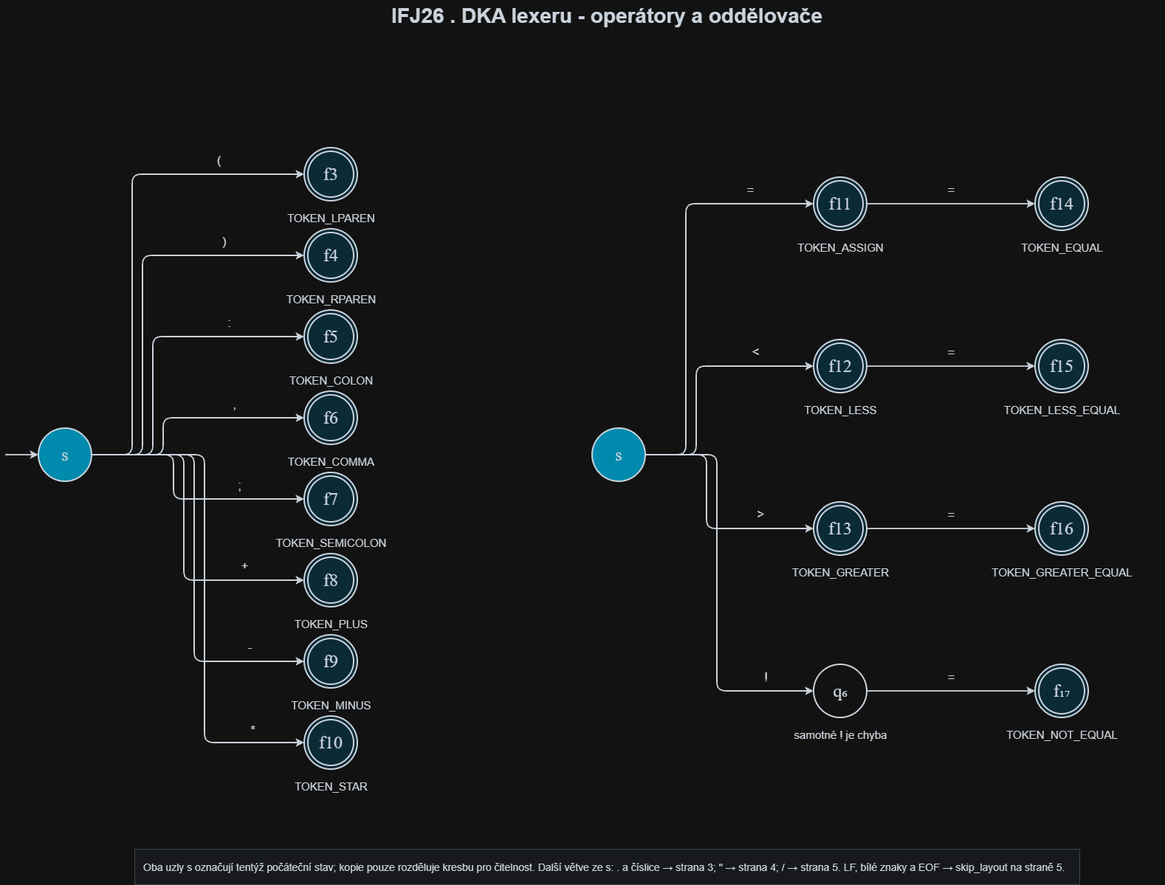
This is docs/documentation/lexer/IFJ26_DKA_lexer_2_operatory.png from tadeas-z/ifj, a draw.io export, as it was before one commit. Source tidied: cells renumbered, new cells last; positions are measured from the earlier drawing's top-left corner, leaving out a move shared by most shapes.
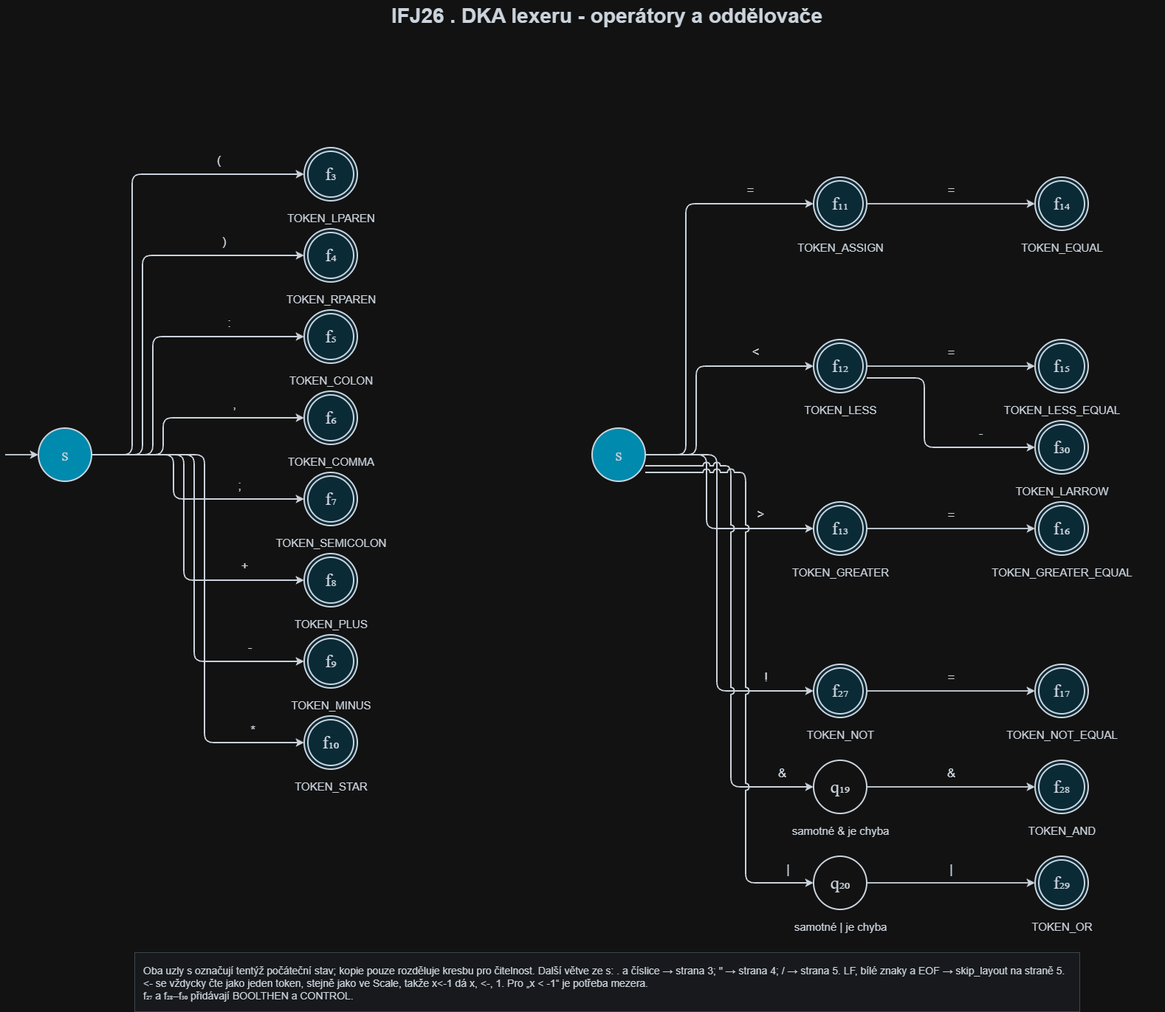
The same file after the commit.

Commit message:
feat(lexer): add BOOLTHEN and CONTROL tokens

What changed in the source:
```diff
@@ -15,3 +15,3 @@
     </mxCell>
-    <mxCell id="5" value="f3" style="ellipse;whiteSpace=wrap;html=1;fillColor=#ccf1ff;strokeColor=#17212b;strokeWidth=2;fontFamily=Times New Roman;fontSize=24;fontColor=#17212b;shape=doubleEllipse;overflow=hidden;align=center;verticalAlign=middle;spacing=4;" parent="1" vertex="1">
+    <mxCell id="5" value="f₃" style="ellipse;whiteSpace=wrap;html=1;fillColor=#ccf1ff;strokeColor=#17212b;strokeWidth=2;fontFamily=Times New Roman;fontSize=24;fontColor=#17212b;shape=doubleEllipse;overflow=hidden;align=center;verticalAlign=middle;spacing=4;" parent="1" vertex="1">
       <mxGeometry x="405" y="200" width="72" height="72" as="geometry" />
@@ -30,3 +30,3 @@
     </mxCell>
-    <mxCell id="8" value="f4" style="ellipse;whiteSpace=wrap;html=1;fillColor=#ccf1ff;strokeColor=#17212b;strokeWidth=2;fontFamily=Times New Roman;fontSize=24;fontColor=#17212b;shape=doubleEllipse;overflow=hidden;align=center;verticalAlign=middle;spacing=4;" parent="1" vertex="1">
+    <mxCell id="8" value="f₄" style="ellipse;whiteSpace=wrap;html=1;fillColor=#ccf1ff;strokeColor=#17212b;strokeWidth=2;fontFamily=Times New Roman;fontSize=24;fontColor=#17212b;shape=doubleEllipse;overflow=hidden;align=center;verticalAlign=middle;spacing=4;" parent="1" vertex="1">
       <mxGeometry x="405" y="310" width="72" height="72" as="geometry" />
@@ -45,3 +45,3 @@
     </mxCell>
-    <mxCell id="11" value="f5" style="ellipse;whiteSpace=wrap;html=1;fillColor=#ccf1ff;strokeColor=#17212b;strokeWidth=2;fontFamily=Times New Roman;fontSize=24;fontColor=#17212b;shape=doubleEllipse;overflow=hidden;align=center;verticalAlign=middle;spacing=4;" parent="1" vertex="1">
+    <mxCell id="11" value="f₅" style="ellipse;whiteSpace=wrap;html=1;fillColor=#ccf1ff;strokeColor=#17212b;strokeWidth=2;fontFamily=Times New Roman;fontSize=24;fontColor=#17212b;shape=doubleEllipse;overflow=hidden;align=center;verticalAlign=middle;spacing=4;" parent="1" vertex="1">
       <mxGeometry x="405" y="420" width="72" height="72" as="geometry" />
@@ -60,3 +60,3 @@
     </mxCell>
-    <mxCell id="14" value="f6" style="ellipse;whiteSpace=wrap;html=1;fillColor=#ccf1ff;strokeColor=#17212b;strokeWidth=2;fontFamily=Times New Roman;fontSize=24;fontColor=#17212b;shape=doubleEllipse;overflow=hidden;align=center;verticalAlign=middle;spacing=4;" parent="1" vertex="1">
+    <mxCell id="14" value="f₆" style="ellipse;whiteSpace=wrap;html=1;fillColor=#ccf1ff;strokeColor=#17212b;strokeWidth=2;fontFamily=Times New Roman;fontSize=24;fontColor=#17212b;shape=doubleEllipse;overflow=hidden;align=center;verticalAlign=middle;spacing=4;" parent="1" vertex="1">
       <mxGeometry x="405" y="530" width="72" height="72" as="geometry" />
@@ -75,3 +75,3 @@
     </mxCell>
-    <mxCell id="17" value="f7" style="ellipse;whiteSpace=wrap;html=1;fillColor=#ccf1ff;strokeColor=#17212b;strokeWidth=2;fontFamily=Times New Roman;fontSize=24;fontColor=#17212b;shape=doubleEllipse;overflow=hidden;align=center;verticalAlign=middle;spacing=4;" parent="1" vertex="1">
+    <mxCell id="17" value="f₇" style="ellipse;whiteSpace=wrap;html=1;fillColor=#ccf1ff;strokeColor=#17212b;strokeWidth=2;fontFamily=Times New Roman;fontSize=24;fontColor=#17212b;shape=doubleEllipse;overflow=hidden;align=center;verticalAlign=middle;spacing=4;" parent="1" vertex="1">
       <mxGeometry x="405" y="640" width="72" height="72" as="geometry" />
@@ -90,3 +90,3 @@
     </mxCell>
-    <mxCell id="20" value="f8" style="ellipse;whiteSpace=wrap;html=1;fillColor=#ccf1ff;strokeColor=#17212b;strokeWidth=2;fontFamily=Times New Roman;fontSize=24;fontColor=#17212b;shape=doubleEllipse;overflow=hidden;align=center;verticalAlign=middle;spacing=4;" parent="1" vertex="1">
+    <mxCell id="20" value="f₈" style="ellipse;whiteSpace=wrap;html=1;fillColor=#ccf1ff;strokeColor=#17212b;strokeWidth=2;fontFamily=Times New Roman;fontSize=24;fontColor=#17212b;shape=doubleEllipse;overflow=hidden;align=center;verticalAlign=middle;spacing=4;" parent="1" vertex="1">
       <mxGeometry x="405" y="750" width="72" height="72" as="geometry" />
@@ -105,3 +105,3 @@
     </mxCell>
-    <mxCell id="23" value="f9" style="ellipse;whiteSpace=wrap;html=1;fillColor=#ccf1ff;strokeColor=#17212b;strokeWidth=2;fontFamily=Times New Roman;fontSize=24;fontColor=#17212b;shape=doubleEllipse;overflow=hidden;align=center;verticalAlign=middle;spacing=4;" parent="1" vertex="1">
+    <mxCell id="23" value="f₉" style="ellipse;whiteSpace=wrap;html=1;fillColor=#ccf1ff;strokeColor=#17212b;strokeWidth=2;fontFamily=Times New Roman;fontSize=24;fontColor=#17212b;shape=doubleEllipse;overflow=hidden;align=center;verticalAlign=middle;spacing=4;" parent="1" vertex="1">
       <mxGeometry x="405" y="860" width="72" height="72" as="geometry" />
@@ -120,3 +120,3 @@
     </mxCell>
-    <mxCell id="26" value="f10" style="ellipse;whiteSpace=wrap;html=1;fillColor=#ccf1ff;strokeColor=#17212b;strokeWidth=2;fontFamily=Times New Roman;fontSize=24;fontColor=#17212b;shape=doubleEllipse;overflow=hidden;align=center;verticalAlign=middle;spacing=4;" parent="1" vertex="1">
+    <mxCell id="26" value="f₁₀" style="ellipse;whiteSpace=wrap;html=1;fillColor=#ccf1ff;strokeColor=#17212b;strokeWidth=2;fontFamily=Times New Roman;fontSize=24;fontColor=#17212b;shape=doubleEllipse;overflow=hidden;align=center;verticalAlign=middle;spacing=4;" parent="1" vertex="1">
       <mxGeometry x="405" y="970" width="72" height="72" as="geometry" />
@@ -134,3 +134,3 @@
     </mxCell>
-    <mxCell id="29" value="f11" style="ellipse;whiteSpace=wrap;html=1;fillColor=#ccf1ff;strokeColor=#17212b;strokeWidth=2;fontFamily=Times New Roman;fontSize=24;fontColor=#17212b;shape=doubleEllipse;overflow=hidden;align=center;verticalAlign=middle;spacing=4;" parent="1" vertex="1">
+    <mxCell id="29" value="f₁₁" style="ellipse;whiteSpace=wrap;html=1;fillColor=#ccf1ff;strokeColor=#17212b;strokeWidth=2;fontFamily=Times New Roman;fontSize=24;fontColor=#17212b;shape=doubleEllipse;overflow=hidden;align=center;verticalAlign=middle;spacing=4;" parent="1" vertex="1">
       <mxGeometry x="1095" y="240" width="72" height="72" as="geometry" />
@@ -140,3 +140,3 @@
     </mxCell>
-    <mxCell id="31" value="f14" style="ellipse;whiteSpace=wrap;html=1;fillColor=#ccf1ff;strokeColor=#17212b;strokeWidth=2;fontFamily=Times New Roman;fontSize=24;fontColor=#17212b;shape=doubleEllipse;overflow=hidden;align=center;verticalAlign=middle;spacing=4;" parent="1" vertex="1">
+    <mxCell id="31" value="f₁₄" style="ellipse;whiteSpace=wrap;html=1;fillColor=#ccf1ff;strokeColor=#17212b;strokeWidth=2;fontFamily=Times New Roman;fontSize=24;fontColor=#17212b;shape=doubleEllipse;overflow=hidden;align=center;verticalAlign=middle;spacing=4;" parent="1" vertex="1">
       <mxGeometry x="1395" y="240" width="72" height="72" as="geometry" />
@@ -160,3 +160,3 @@
     </mxCell>
-    <mxCell id="35" value="f12" style="ellipse;whiteSpace=wrap;html=1;fillColor=#ccf1ff;strokeColor=#17212b;strokeWidth=2;fontFamily=Times New Roman;fontSize=24;fontColor=#17212b;shape=doubleEllipse;overflow=hidden;align=center;verticalAlign=middle;spacing=4;" parent="1" vertex="1">
+    <mxCell id="35" value="f₁₂" style="ellipse;whiteSpace=wrap;html=1;fillColor=#ccf1ff;strokeColor=#17212b;strokeWidth=2;fontFamily=Times New Roman;fontSize=24;fontColor=#17212b;shape=doubleEllipse;overflow=hidden;align=center;verticalAlign=middle;spacing=4;" parent="1" vertex="1">
       <mxGeometry x="1095" y="460" width="72" height="72" as="geometry" />
@@ -166,3 +166,3 @@
     </mxCell>
-    <mxCell id="37" value="f15" style="ellipse;whiteSpace=wrap;html=1;fillColor=#ccf1ff;strokeColor=#17212b;strokeWidth=2;fontFamily=Times New Roman;fontSize=24;fontColor=#17212b;shape=doubleEllipse;overflow=hidden;align=center;verticalAlign=middle;spacing=4;" parent="1" vertex="1">
+    <mxCell id="37" value="f₁₅" style="ellipse;whiteSpace=wrap;html=1;fillColor=#ccf1ff;strokeColor=#17212b;strokeWidth=2;fontFamily=Times New Roman;fontSize=24;fontColor=#17212b;shape=doubleEllipse;overflow=hidden;align=center;verticalAlign=middle;spacing=4;" parent="1" vertex="1">
       <mxGeometry x="1395" y="460" width="72" height="72" as="geometry" />
@@ -186,3 +186,3 @@
     </mxCell>
-    <mxCell id="41" value="f13" style="ellipse;whiteSpace=wrap;html=1;fillColor=#ccf1ff;strokeColor=#17212b;strokeWidth=2;fontFamily=Times New Roman;fontSize=24;fontColor=#17212b;shape=doubleEllipse;overflow=hidden;align=center;verticalAlign=middle;spacing=4;" parent="1" vertex="1">
+    <mxCell id="41" value="f₁₃" style="ellipse;whiteSpace=wrap;html=1;fillColor=#ccf1ff;strokeColor=#17212b;strokeWidth=2;fontFamily=Times New Roman;fontSize=24;fontColor=#17212b;shape=doubleEllipse;overflow=hidden;align=center;verticalAlign=middle;spacing=4;" parent="1" vertex="1">
       <mxGeometry x="1095" y="680" width="72" height="72" as="geometry" />
@@ -192,3 +192,3 @@
     </mxCell>
-    <mxCell id="43" value="f16" style="ellipse;whiteSpace=wrap;html=1;fillColor=#ccf1ff;strokeColor=#17212b;strokeWidth=2;fontFamily=Times New Roman;fontSize=24;fontColor=#17212b;shape=doubleEllipse;overflow=hidden;align=center;verticalAlign=middle;spacing=4;" parent="1" vertex="1">
+    <mxCell id="43" value="f₁₆" style="ellipse;whiteSpace=wrap;html=1;fillColor=#ccf1ff;strokeColor=#17212b;strokeWidth=2;fontFamily=Times New Roman;fontSize=24;fontColor=#17212b;shape=doubleEllipse;overflow=hidden;align=center;verticalAlign=middle;spacing=4;" parent="1" vertex="1">
       <mxGeometry x="1395" y="680" width="72" height="72" as="geometry" />
@@ -212,6 +212,6 @@
     </mxCell>
-    <mxCell id="47" value="q₆" style="ellipse;whiteSpace=wrap;html=1;fillColor=#ffffff;strokeColor=#17212b;strokeWidth=2;fontFamily=Times New Roman;fontSize=24;fontColor=#17212b;overflow=hidden;align=center;verticalAlign=middle;spacing=4;" parent="1" vertex="1">
-      <mxGeometry x="1095" y="900" width="72" height="72" as="geometry" />
-    </mxCell>
+    <mxCell id="55" value="f₂₇" style="ellipse;whiteSpace=wrap;html=1;fillColor=#ccf1ff;strokeColor=#17212b;strokeWidth=2;fontFamily=Times New Roman;fontSize=24;fontColor=#17212b;shape=doubleEllipse;overflow=hidden;align=center;verticalAlign=middle;spacing=4;" parent="1" vertex="1">
+      <mxGeometry x="1095" y="900" width="72" height="72" as="geometry" />
+    </mxCell>
-    <mxCell id="48" value="samotné ! je chyba" style="text;html=1;whiteSpace=nowrap;align=center;verticalAlign=top;fontFamily=Arial;fontSize=15;fontColor=#17212b;overflow=visible;spacing=0;" parent="1" vertex="1">
+    <mxCell id="48" value="TOKEN_NOT" style="text;html=1;whiteSpace=nowrap;align=center;verticalAlign=top;fontFamily=Arial;fontSize=15;fontColor=#17212b;overflow=visible;spacing=0;" parent="1" vertex="1">
       <mxGeometry x="1035" y="982" width="192" height="48" as="geometry" />
@@ -224,3 +224,3 @@
     </mxCell>
-    <mxCell id="51" value="!" style="endArrow=classic;endFill=1;html=1;rounded=1;strokeWidth=1.8;strokeColor=#17212b;fontColor=#17212b;fontFamily=Arial;fontSize=17;labelBackgroundColor=none;arcSize=24;edgeStyle=none;orthogonal=1;curved=0;align=center;verticalAlign=middle;labelBorderColor=none;whiteSpace=nowrap;spacing=2;labelWidth=65;overflow=visible;exitX=1;exitY=0.5;entryX=0;entryY=0.5;exitPerimeter=1;entryPerimeter=1;" parent="1" edge="1" source="54" target="47">
+    <mxCell id="51" value="!" style="endArrow=classic;endFill=1;html=1;rounded=1;strokeWidth=1.8;strokeColor=#17212b;fontColor=#17212b;fontFamily=Arial;fontSize=17;labelBackgroundColor=none;arcSize=24;edgeStyle=none;orthogonal=1;curved=0;align=center;verticalAlign=middle;labelBorderColor=none;whiteSpace=nowrap;spacing=2;labelWidth=65;overflow=visible;exitX=1;exitY=0.5;entryX=0;entryY=0.5;exitPerimeter=1;entryPerimeter=1;" parent="1" edge="1" source="54" target="55">
       <mxGeometry x="0.76" relative="1" as="geometry">
@@ -233,3 +233,3 @@
     </mxCell>
-    <mxCell id="52" value="=" style="endArrow=classic;endFill=1;html=1;rounded=1;strokeWidth=1.8;strokeColor=#17212b;fontColor=#17212b;fontFamily=Arial;fontSize=17;labelBackgroundColor=none;arcSize=24;edgeStyle=none;orthogonal=1;curved=0;align=center;verticalAlign=middle;labelBorderColor=none;whiteSpace=nowrap;spacing=2;labelWidth=65;overflow=visible;exitX=1;exitY=0.5;entryX=0;entryY=0.5;exitPerimeter=1;entryPerimeter=1;" parent="1" edge="1" source="47" target="49">
+    <mxCell id="52" value="=" style="endArrow=classic;endFill=1;html=1;rounded=1;strokeWidth=1.8;strokeColor=#17212b;fontColor=#17212b;fontFamily=Arial;fontSize=17;labelBackgroundColor=none;arcSize=24;edgeStyle=none;orthogonal=1;curved=0;align=center;verticalAlign=middle;labelBorderColor=none;whiteSpace=nowrap;spacing=2;labelWidth=65;overflow=visible;exitX=1;exitY=0.5;entryX=0;entryY=0.5;exitPerimeter=1;entryPerimeter=1;" parent="1" edge="1" source="55" target="49">
       <mxGeometry relative="1" as="geometry">
@@ -238,4 +238,4 @@
     </mxCell>
-    <mxCell id="53" value="Oba uzly s označují tentýž počáteční stav; kopie pouze rozděluje kresbu pro čitelnost. Další větve ze s: . a číslice → strana 3; &amp;quot; → strana 4; / → strana 5. LF, bílé znaky a EOF → skip_layout na straně 5." style="text;html=1;whiteSpace=wrap;align=left;verticalAlign=top;fontFamily=Arial;fontSize=14;fontColor=#17212b;fillColor=#f4f7fa;strokeColor=#bac6d0;spacing=12;overflow=hidden;" parent="1" vertex="1">
-      <mxGeometry x="175" y="1150" width="1280" height="48" as="geometry" />
+    <mxCell id="53" value="Oba uzly s označují tentýž počáteční stav; kopie pouze rozděluje kresbu pro čitelnost. Další větve ze s: . a číslice → strana 3; &amp;quot; → strana 4; / → strana 5. LF, bílé znaky a EOF → skip_layout na straně 5.&lt;br&gt;&amp;lt;- se vždycky čte jako jeden token, stejně jako ve Scale, takže x&amp;lt;-1 dá x, &amp;lt;-, 1. Pro „x &amp;lt; -1“ je potřeba mezera.&lt;br&gt;f₂₇ a f₂₈–f₃₀ přidávají BOOLTHEN a CONTROL." style="text;html=1;whiteSpace=wrap;align=left;verticalAlign=top;fontFamily=Arial;fontSize=14;fontColor=#17212b;fillColor=#f4f7fa;strokeColor=#bac6d0;spacing=12;overflow=hidden;" parent="1" vertex="1">
+      <mxGeometry x="175" y="1290" width="1280" height="80" as="geometry" />
     </mxCell>
@@ -244,2 +244,69 @@
     </mxCell>
+    <mxCell id="56" value="q₁₉" style="ellipse;whiteSpace=wrap;html=1;fillColor=#ffffff;strokeColor=#17212b;strokeWidth=2;fontFamily=Times New Roman;fontSize=24;fontColor=#17212b;overflow=hidden;align=center;verticalAlign=middle;spacing=4;" parent="1" vertex="1">
+      <mxGeometry x="1095" y="1030" width="72" height="72" as="geometry" />
+    </mxCell>
+    <mxCell id="57" value="samotné &amp;amp; je chyba" style="text;html=1;whiteSpace=nowrap;align=center;verticalAlign=top;fontFamily=Arial;fontSize=15;fontColor=#17212b;overflow=visible;spacing=0;" parent="1" vertex="1">
+      <mxGeometry x="1035" y="1112" width="192" height="48" as="geometry" />
+    </mxCell>
+    <mxCell id="58" value="f₂₈" style="ellipse;whiteSpace=wrap;html=1;fillColor=#ccf1ff;strokeColor=#17212b;strokeWidth=2;fontFamily=Times New Roman;fontSize=24;fontColor=#17212b;shape=doubleEllipse;overflow=hidden;align=center;verticalAlign=middle;spacing=4;" parent="1" vertex="1">
+      <mxGeometry x="1395" y="1030" width="72" height="72" as="geometry" />
+    </mxCell>
+    <mxCell id="59" value="TOKEN_AND" style="text;html=1;whiteSpace=nowrap;align=center;verticalAlign=top;fontFamily=Arial;fontSize=15;fontColor=#17212b;overflow=visible;spacing=0;" parent="1" vertex="1">
+      <mxGeometry x="1335" y="1112" width="192" height="48" as="geometry" />
+    </mxCell>
+    <mxCell id="60" value="&amp;amp;" style="endArrow=classic;endFill=1;html=1;rounded=1;strokeWidth=1.8;strokeColor=#17212b;fontColor=#17212b;fontFamily=Arial;fontSize=17;labelBackgroundColor=none;arcSize=24;edgeStyle=none;orthogonal=1;curved=0;align=center;verticalAlign=middle;labelBorderColor=none;whiteSpace=nowrap;spacing=2;labelWidth=65;overflow=visible;exitX=1;exitY=0.7083333333333334;entryX=0;entryY=0.5;exitPerimeter=0;entryPerimeter=1;jumpStyle=arc;jumpSize=8;" parent="1" edge="1" source="54" target="56">
+      <mxGeometry x="0.87" relative="1" as="geometry">
+        <Array as="points">
+          <mxPoint x="983" y="631" />
+          <mxPoint x="983" y="1066" />
+        </Array>
+        <mxPoint y="-18" as="offset" />
+      </mxGeometry>
+    </mxCell>
+    <mxCell id="61" value="&amp;amp;" style="endArrow=classic;endFill=1;html=1;rounded=1;strokeWidth=1.8;strokeColor=#17212b;fontColor=#17212b;fontFamily=Arial;fontSize=17;labelBackgroundColor=none;arcSize=24;edgeStyle=none;orthogonal=1;curved=0;align=center;verticalAlign=middle;labelBorderColor=none;whiteSpace=nowrap;spacing=2;labelWidth=65;overflow=visible;exitX=1;exitY=0.5;entryX=0;entryY=0.5;exitPerimeter=1;entryPerimeter=1;" parent="1" edge="1" source="56" target="58">
+      <mxGeometry relative="1" as="geometry">
+        <mxPoint y="-18" as="offset" />
+      </mxGeometry>
+    </mxCell>
+    <mxCell id="62" value="q₂₀" style="ellipse;whiteSpace=wrap;html=1;fillColor=#ffffff;strokeColor=#17212b;strokeWidth=2;fontFamily=Times New Roman;fontSize=24;fontColor=#17212b;overflow=hidden;align=center;verticalAlign=middle;spacing=4;" parent="1" vertex="1">
+      <mxGeometry x="1095" y="1160" width="72" height="72" as="geometry" />
+    </mxCell>
+    <mxCell id="63" value="samotné | je chyba" style="text;html=1;whiteSpace=nowrap;align=center;verticalAlign=top;fontFamily=Arial;fontSize=15;fontColor=#17212b;overflow=visible;spacing=0;" parent="1" vertex="1">
+      <mxGeometry x="1035" y="1242" width="192" height="48" as="geometry" />
+    </mxCell>
+    <mxCell id="64" value="f₂₉" style="ellipse;whiteSpace=wrap;html=1;fillColor=#ccf1ff;strokeColor=#17212b;strokeWidth=2;fontFamily=Times New Roman;fontSize=24;fontColor=#17212b;shape=doubleEllipse;overflow=hidden;align=center;verticalAlign=middle;spacing=4;" parent="1" vertex="1">
+      <mxGeometry x="1395" y="1160" width="72" height="72" as="geometry" />
+    </mxCell>
+    <mxCell id="65" value="TOKEN_OR" style="text;html=1;whiteSpace=nowrap;align=center;verticalAlign=top;fontFamily=Arial;fontSize=15;fontColor=#17212b;overflow=visible;spacing=0;" parent="1" vertex="1">
+      <mxGeometry x="1335" y="1242" width="192" height="48" as="geometry" />
+    </mxCell>
+    <mxCell id="66" value="|" style="endArrow=classic;endFill=1;html=1;rounded=1;strokeWidth=1.8;strokeColor=#17212b;fontColor=#17212b;fontFamily=Arial;fontSize=17;labelBackgroundColor=none;arcSize=24;edgeStyle=none;orthogonal=1;curved=0;align=center;verticalAlign=middle;labelBorderColor=none;whiteSpace=nowrap;spacing=2;labelWidth=65;overflow=visible;exitX=1;exitY=0.8333333333333334;entryX=0;entryY=0.5;exitPerimeter=0;entryPerimeter=1;jumpStyle=arc;jumpSize=8;" parent="1" edge="1" source="54" target="62">
+      <mxGeometry x="0.91" relative="1" as="geometry">
+        <Array as="points">
+          <mxPoint x="1003" y="640" />
+          <mxPoint x="1003" y="1196" />
+        </Array>
+        <mxPoint y="-18" as="offset" />
+      </mxGeometry>
+    </mxCell>
+    <mxCell id="67" value="|" style="endArrow=classic;endFill=1;html=1;rounded=1;strokeWidth=1.8;strokeColor=#17212b;fontColor=#17212b;fontFamily=Arial;fontSize=17;labelBackgroundColor=none;arcSize=24;edgeStyle=none;orthogonal=1;curved=0;align=center;verticalAlign=middle;labelBorderColor=none;whiteSpace=nowrap;spacing=2;labelWidth=65;overflow=visible;exitX=1;exitY=0.5;entryX=0;entryY=0.5;exitPerimeter=1;entryPerimeter=1;" parent="1" edge="1" source="62" target="64">
+      <mxGeometry relative="1" as="geometry">
+        <mxPoint y="-18" as="offset" />
+      </mxGeometry>
+    </mxCell>
+    <mxCell id="68" value="f₃₀" style="ellipse;whiteSpace=wrap;html=1;fillColor=#ccf1ff;strokeColor=#17212b;strokeWidth=2;fontFamily=Times New Roman;fontSize=24;fontColor=#17212b;shape=doubleEllipse;overflow=hidden;align=center;verticalAlign=middle;spacing=4;" parent="1" vertex="1">
+      <mxGeometry x="1395" y="570" width="72" height="72" as="geometry" />
+    </mxCell>
+    <mxCell id="69" value="TOKEN_LARROW" style="text;html=1;whiteSpace=nowrap;align=center;verticalAlign=top;fontFamily=Arial;fontSize=15;fontColor=#17212b;overflow=visible;spacing=0;" parent="1" vertex="1">
+      <mxGeometry x="1335" y="652" width="192" height="48" as="geometry" />
+    </mxCell>
+    <mxCell id="70" value="-" style="endArrow=classic;endFill=1;html=1;rounded=1;strokeWidth=1.8;strokeColor=#17212b;fontColor=#17212b;fontFamily=Arial;fontSize=17;labelBackgroundColor=none;arcSize=24;edgeStyle=none;orthogonal=1;curved=0;align=center;verticalAlign=middle;labelBorderColor=none;whiteSpace=nowrap;spacing=2;labelWidth=65;overflow=visible;exitX=1;exitY=0.7222222222;entryX=0;entryY=0.5;exitPerimeter=0;entryPerimeter=1;" parent="1" edge="1" source="35" target="68">
+      <mxGeometry x="0.54" relative="1" as="geometry">
+        <Array as="points">
+          <mxPoint x="1245" y="512" />
+          <mxPoint x="1245" y="606" />
+        </Array>
+        <mxPoint y="-18" as="offset" />
+      </mxGeometry>
+    </mxCell>
   </root>
```
